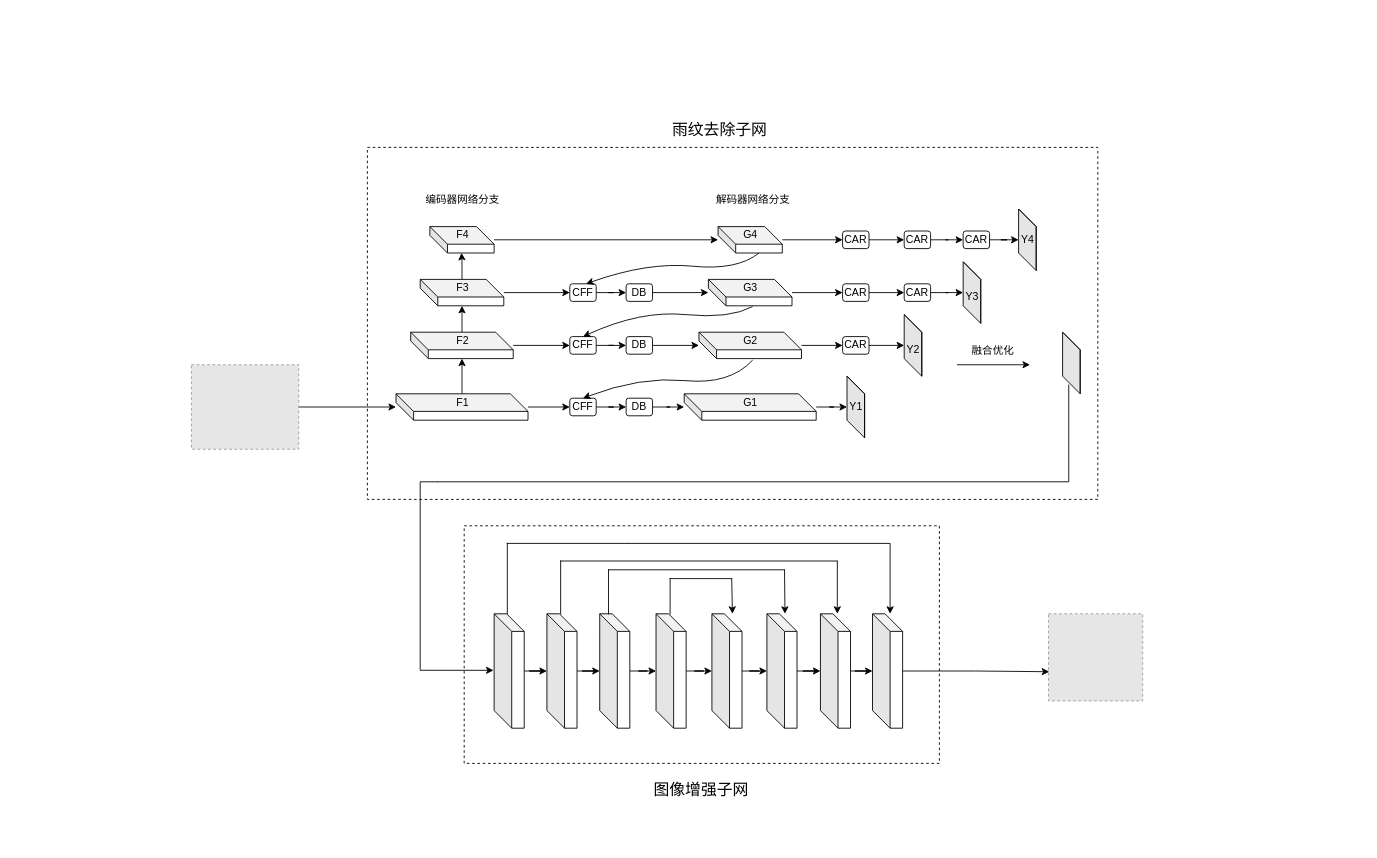
Before: Untitled Diagram.drawio in hornchan/mytest, a draw.io diagram. Source tidied: cells renumbered, new cells numbered last; positions are measured from the earlier drawing's top-left corner, leaving out a move shared by most shapes. Both pictures are drawn from the tidied source at 88%, with x=0, y=0 at pixel (191, 121). Pictures stored in the file or linked from it are replaced by grey dashed boxes.
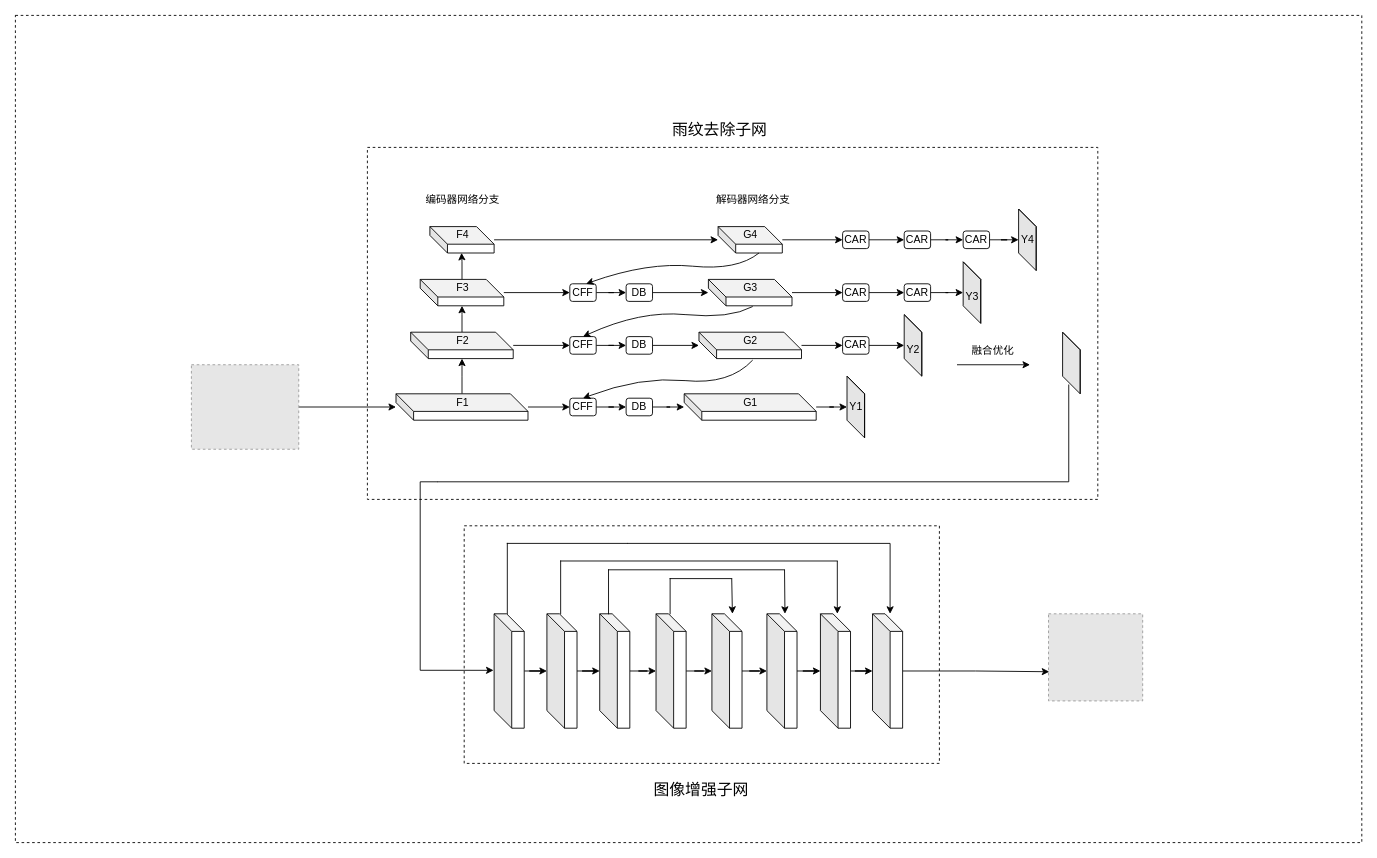
The same diagram, later.

Commit message:
增加了白色背景

The edit, as a diff of the source:
```diff
@@
+    <mxCell id="102" style="verticalLabelPosition=bottom;verticalAlign=top;html=1;shape=mxgraph.basic.rect;fillColor2=none;strokeWidth=1;size=20;indent=5;dashed=1;fontSize=18;" parent="1" vertex="1">
+      <mxGeometry x="-200" y="-120" width="1530" height="940" as="geometry" />
+    </mxCell>
```
